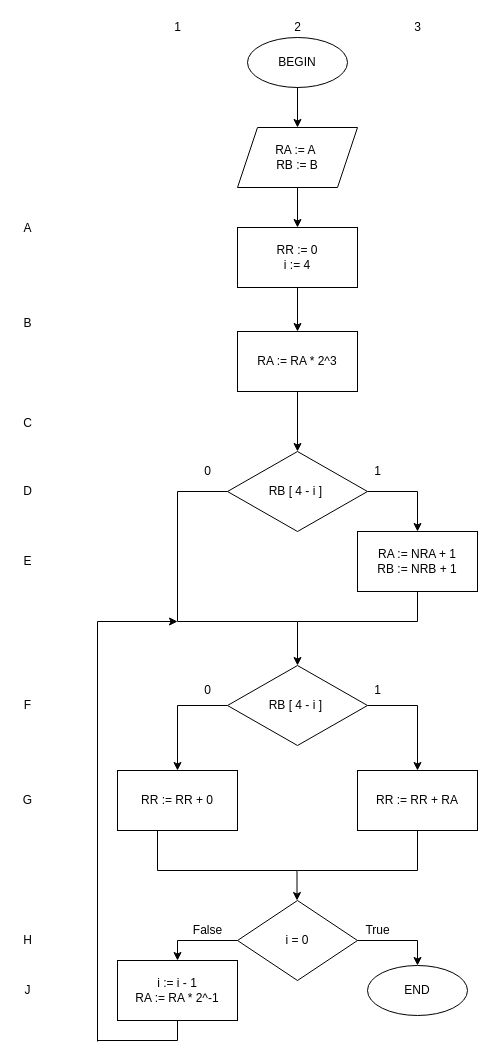
The draw.io diagram Блок операций_1_Умножение.drawio in TimurQQ/Workshop, before the edit. Source tidied: cells renumbered, new cells numbered last; positions are measured from the earlier drawing's top-left corner, leaving out a move shared by most shapes. Both pictures are drawn from the tidied source at 100%, with x=0, y=0 at pixel (17, 17).
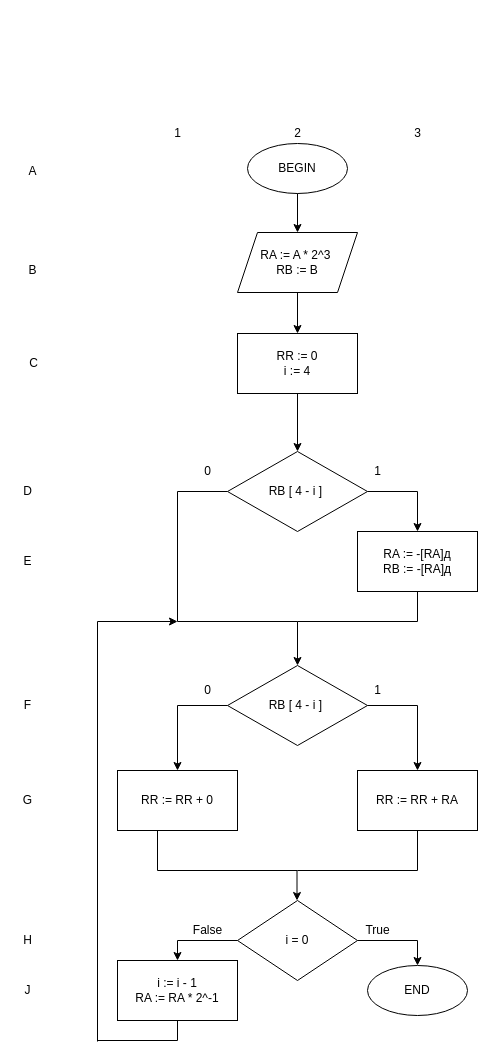
Above is the later version.

Unchanged cells that the change refers to:
```xml
<mxCell id="49" value="RB [ 4 - i ]&amp;nbsp;" style="rhombus;whiteSpace=wrap;html=1;strokeWidth=1;" parent="1" vertex="1">
  <mxGeometry x="210" y="434" width="140" height="80" as="geometry" />
</mxCell>
```

The edit, as a diff of the source:
```diff
@@
     <mxCell id="2" value="BEGIN" style="ellipse;whiteSpace=wrap;html=1;" parent="1" vertex="1">
-      <mxGeometry x="230" y="20" width="100" height="50" as="geometry" />
+      <mxGeometry x="230" y="126" width="100" height="50" as="geometry" />
     </mxCell>
-    <mxCell id="3" value="RA := A&amp;nbsp;&lt;br&gt;RB := B" style="shape=parallelogram;perimeter=parallelogramPerimeter;whiteSpace=wrap;html=1;fixedSize=1;" parent="1" vertex="1">
-      <mxGeometry x="220" y="110" width="120" height="60" as="geometry" />
+    <mxCell id="3" value="RA := A * 2^3&amp;nbsp;&lt;br&gt;RB := B" style="shape=parallelogram;perimeter=parallelogramPerimeter;whiteSpace=wrap;html=1;fixedSize=1;" parent="1" vertex="1">
+      <mxGeometry x="220" y="215" width="120" height="60" as="geometry" />
     </mxCell>
@@
     <mxCell id="5" value="RR := 0&lt;br&gt;i := 4" style="rounded=0;whiteSpace=wrap;html=1;" parent="1" vertex="1">
-      <mxGeometry x="220" y="210" width="120" height="60" as="geometry" />
+      <mxGeometry x="220" y="316" width="120" height="60" as="geometry" />
     </mxCell>
@@
-    <mxCell id="9" value="RA := NRA + 1&lt;br&gt;RB := NRB + 1" style="rounded=0;whiteSpace=wrap;html=1;" parent="1" vertex="1">
+    <mxCell id="9" value="RA := -[RA]д&lt;br&gt;RB := -[RA]д" style="rounded=0;whiteSpace=wrap;html=1;" parent="1" vertex="1">
       <mxGeometry x="340" y="514" width="120" height="60" as="geometry" />
     </mxCell>
@@
     <mxCell id="43" value="1" style="text;html=1;align=center;verticalAlign=middle;strokeColor=none;fillColor=none;" parent="1" vertex="1">
-      <mxGeometry x="150" width="20" height="20" as="geometry" />
+      <mxGeometry x="150" y="106" width="20" height="20" as="geometry" />
     </mxCell>
     <mxCell id="44" value="2" style="text;html=1;align=center;verticalAlign=middle;strokeColor=none;fillColor=none;" parent="1" vertex="1">
-      <mxGeometry x="270" width="20" height="20" as="geometry" />
+      <mxGeometry x="270" y="106" width="20" height="20" as="geometry" />
     </mxCell>
     <mxCell id="45" value="3" style="text;html=1;align=center;verticalAlign=middle;strokeColor=none;fillColor=none;" parent="1" vertex="1">
-      <mxGeometry x="390" width="20" height="20" as="geometry" />
+      <mxGeometry x="390" y="106" width="20" height="20" as="geometry" />
     </mxCell>
     <mxCell id="46" value="A" style="text;html=1;align=center;verticalAlign=middle;strokeColor=none;fillColor=none;" parent="1" vertex="1">
-      <mxGeometry y="201" width="20" height="20" as="geometry" />
+      <mxGeometry x="5" y="144" width="20" height="20" as="geometry" />
     </mxCell>
     <mxCell id="47" value="B" style="text;html=1;align=center;verticalAlign=middle;strokeColor=none;fillColor=none;" parent="1" vertex="1">
-      <mxGeometry y="296" width="20" height="20" as="geometry" />
+      <mxGeometry x="5" y="243" width="20" height="20" as="geometry" />
     </mxCell>
-    <mxCell id="48" value="C" style="text;html=1;align=center;verticalAlign=middle;strokeColor=none;fillColor=none;" parent="1" vertex="1">
-      <mxGeometry y="396" width="20" height="20" as="geometry" />
-    </mxCell>
@@
-    <mxCell id="52" style="endArrow=classic;html=1;rounded=0;entryX=0.5;entryY=0;entryDx=0;entryDy=0;exitX=0.5;exitY=1;exitDx=0;exitDy=0;" parent="1" edge="1" source="5" target="59">
+    <mxCell id="52" style="endArrow=classic;html=1;rounded=0;entryX=0.5;entryY=0;entryDx=0;entryDy=0;exitX=0.5;exitY=1;exitDx=0;exitDy=0;" parent="1" edge="1" source="5" target="49">
       <mxGeometry relative="1" as="geometry" />
     </mxCell>
@@
-    <mxCell id="59" value="RA := RA * 2^3" style="rounded=0;whiteSpace=wrap;html=1;" parent="1" vertex="1">
-      <mxGeometry x="220" y="314" width="120" height="60" as="geometry" />
-    </mxCell>
-    <mxCell id="60" style="endArrow=classic;html=1;rounded=0;exitX=0.5;exitY=1;exitDx=0;exitDy=0;entryX=0.5;entryY=0;entryDx=0;entryDy=0;" parent="1" edge="1" source="59" target="49">
-      <mxGeometry relative="1" as="geometry" />
-    </mxCell>
+    <mxCell id="48" value="C" style="text;html=1;align=center;verticalAlign=middle;strokeColor=none;fillColor=none;" parent="1" vertex="1">
+      <mxGeometry x="6" y="337" width="19" height="18" as="geometry" />
+    </mxCell>
```
